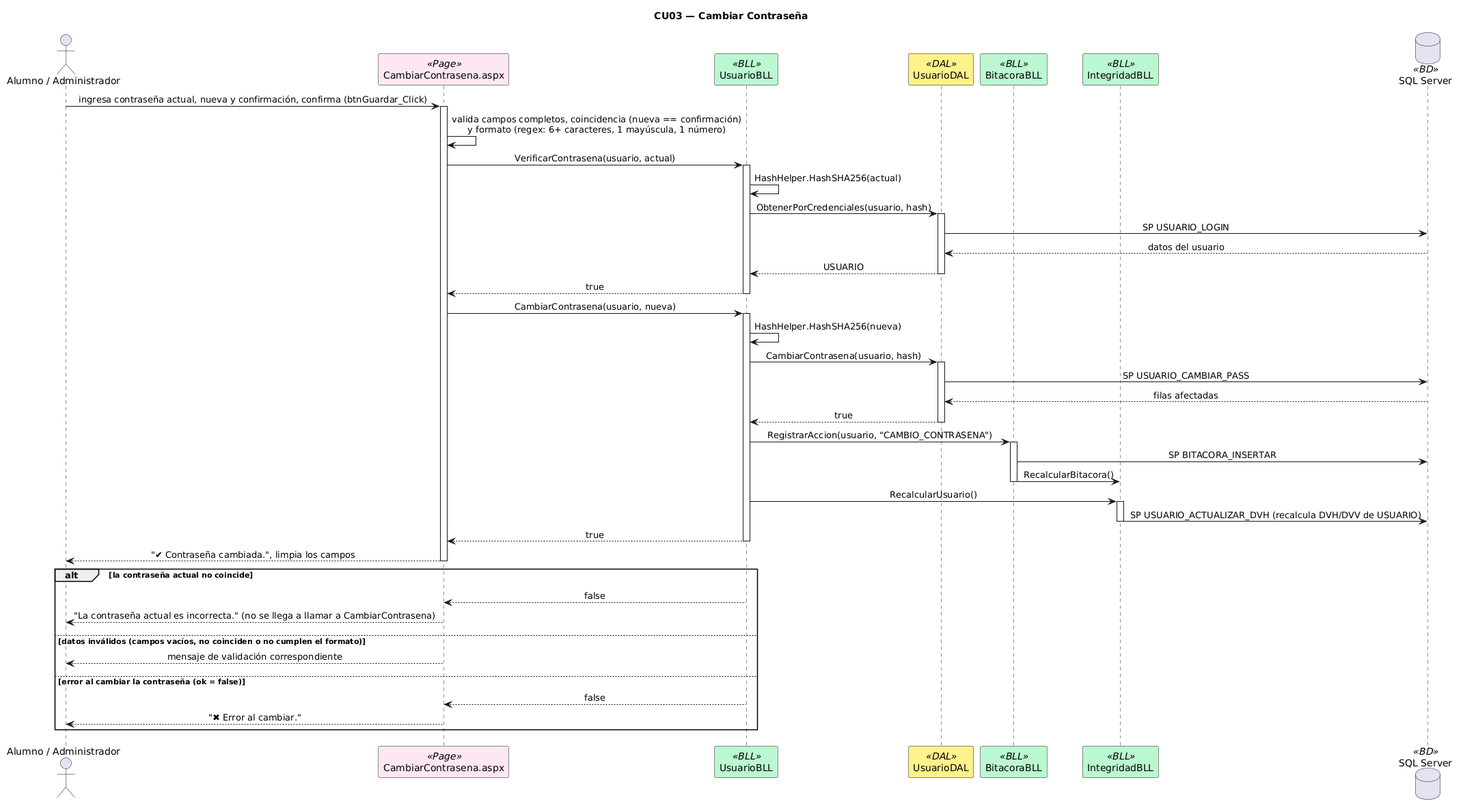
This is DIAGRAMAS/Secuencia_CU03_CambiarContrasena.png from Urrels/tpDYAWeb, a PlantUML export, as it was before one commit. Source of this version:
```plantuml
@startuml
title CU03 — Cambiar Contraseña
skinparam sequenceMessageAlign center
skinparam shadowing false
skinparam sequenceParticipant {
    BackgroundColor<<Page>> #FCE7F3
    BackgroundColor<<BLL>> #BBF7D0
    BackgroundColor<<DAL>> #FEF08A
    BackgroundColor<<BD>> #DBEAFE
}

actor "Alumno / Administrador" as A
participant "CambiarContrasena.aspx" as PAGE <<Page>>
participant "UsuarioBLL" as BLL <<BLL>>
participant "UsuarioDAL" as DAL <<DAL>>
participant "BitacoraBLL" as BIT <<BLL>>
participant "IntegridadBLL" as INT <<BLL>>
database "SQL Server" as DB <<BD>>

A -> PAGE : ingresa contraseña actual, nueva y confirmación, confirma (btnGuardar_Click)
activate PAGE
PAGE -> PAGE : valida campos completos, coincidencia (nueva == confirmación)\ny formato (regex: 6+ caracteres, 1 mayúscula, 1 número)

PAGE -> BLL : VerificarContrasena(usuario, actual)
activate BLL
BLL -> BLL : HashHelper.HashSHA256(actual)
BLL -> DAL : ObtenerPorCredenciales(usuario, hash)
activate DAL
DAL -> DB : SP USUARIO_LOGIN
DB --> DAL : datos del usuario
DAL --> BLL : USUARIO
deactivate DAL
BLL --> PAGE : true
deactivate BLL

PAGE -> BLL : CambiarContrasena(usuario, nueva)
activate BLL
BLL -> BLL : HashHelper.HashSHA256(nueva)
BLL -> DAL : CambiarContrasena(usuario, hash)
activate DAL
DAL -> DB : SP USUARIO_CAMBIAR_PASS
DB --> DAL : filas afectadas
DAL --> BLL : true
deactivate DAL

BLL -> BIT : RegistrarAccion(usuario, "CAMBIO_CONTRASENA")
activate BIT
BIT -> DB : SP BITACORA_INSERTAR
BIT -> INT : RecalcularBitacora()
deactivate BIT

BLL -> INT : RecalcularUsuario()
activate INT
INT -> DB : SP USUARIO_ACTUALIZAR_DVH (recalcula DVH/DVV de USUARIO)
deactivate INT

BLL --> PAGE : true
deactivate BLL
PAGE --> A : "✔ Contraseña cambiada.", limpia los campos
deactivate PAGE

alt la contraseña actual no coincide
  BLL --> PAGE : false
  PAGE --> A : "La contraseña actual es incorrecta." (no se llega a llamar a CambiarContrasena)
else datos inválidos (campos vacíos, no coinciden o no cumplen el formato)
  PAGE --> A : mensaje de validación correspondiente
else error al cambiar la contraseña (ok = false)
  BLL --> PAGE : false
  PAGE --> A : "✖ Error al cambiar."
end
@enduml
```
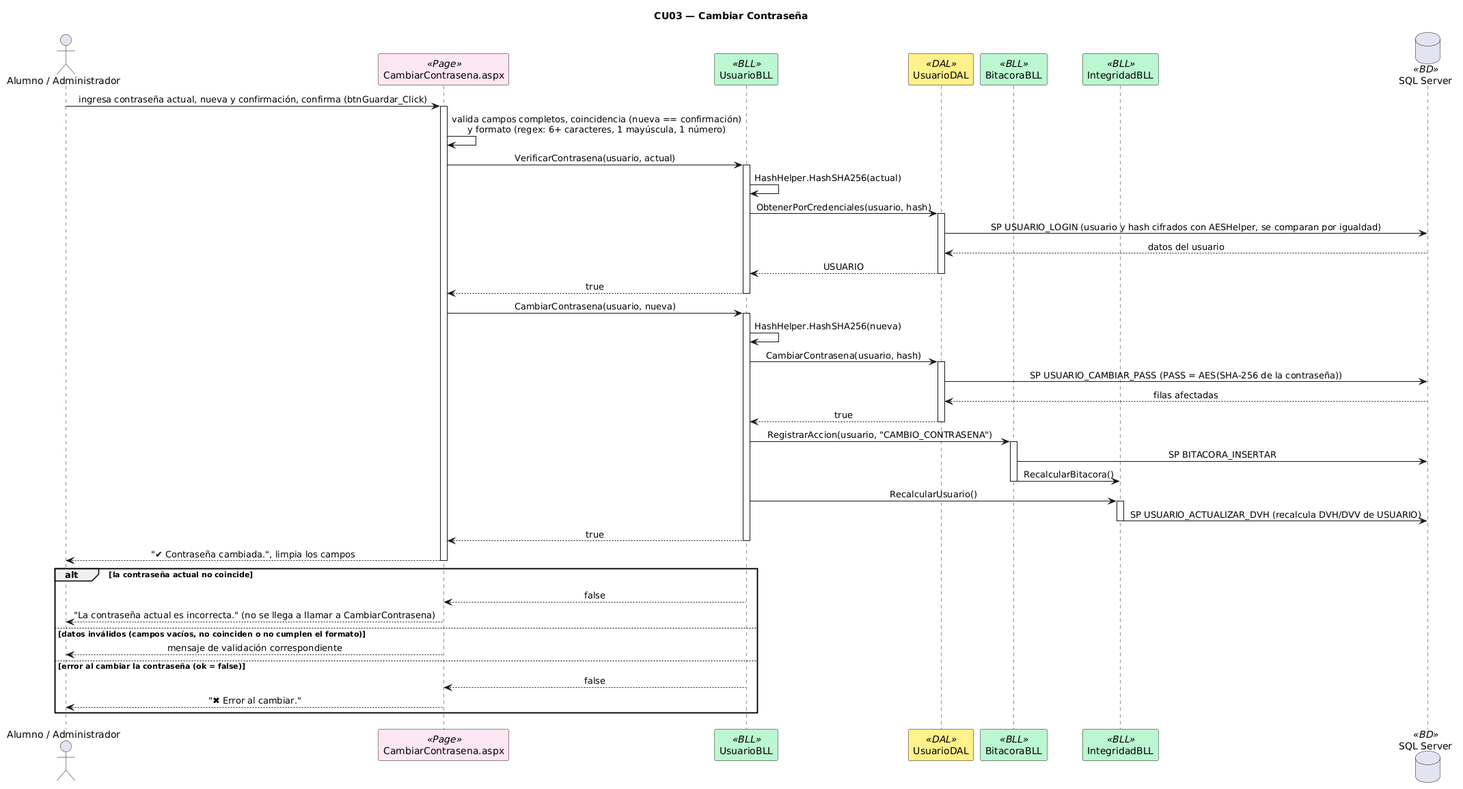
The same diagram one commit later.

Diff of the diagram source:
```diff
@@ -3,12 +3,11 @@
 skinparam sequenceMessageAlign center
 skinparam shadowing false
 skinparam sequenceParticipant {
-    BackgroundColor<<Page>> #FCE7F3
-    BackgroundColor<<BLL>> #BBF7D0
-    BackgroundColor<<DAL>> #FEF08A
-    BackgroundColor<<BD>> #DBEAFE
+BackgroundColor<<Page>> #FCE7F3
+BackgroundColor<<BLL>> #BBF7D0
+BackgroundColor<<DAL>> #FEF08A
+BackgroundColor<<BD>> #DBEAFE
 }
-
 actor "Alumno / Administrador" as A
 participant "CambiarContrasena.aspx" as PAGE <<Page>>
 participant "UsuarioBLL" as BLL <<BLL>>
@@ -16,56 +15,49 @@
 participant "BitacoraBLL" as BIT <<BLL>>
 participant "IntegridadBLL" as INT <<BLL>>
 database "SQL Server" as DB <<BD>>
-
 A -> PAGE : ingresa contraseña actual, nueva y confirmación, confirma (btnGuardar_Click)
 activate PAGE
 PAGE -> PAGE : valida campos completos, coincidencia (nueva == confirmación)\ny formato (regex: 6+ caracteres, 1 mayúscula, 1 número)
-
 PAGE -> BLL : VerificarContrasena(usuario, actual)
 activate BLL
 BLL -> BLL : HashHelper.HashSHA256(actual)
 BLL -> DAL : ObtenerPorCredenciales(usuario, hash)
 activate DAL
-DAL -> DB : SP USUARIO_LOGIN
+DAL -> DB : SP USUARIO_LOGIN (usuario y hash cifrados con AESHelper, se comparan por igualdad)
 DB --> DAL : datos del usuario
 DAL --> BLL : USUARIO
 deactivate DAL
 BLL --> PAGE : true
 deactivate BLL
-
 PAGE -> BLL : CambiarContrasena(usuario, nueva)
 activate BLL
 BLL -> BLL : HashHelper.HashSHA256(nueva)
 BLL -> DAL : CambiarContrasena(usuario, hash)
 activate DAL
-DAL -> DB : SP USUARIO_CAMBIAR_PASS
+DAL -> DB : SP USUARIO_CAMBIAR_PASS (PASS = AES(SHA-256 de la contraseña))
 DB --> DAL : filas afectadas
 DAL --> BLL : true
 deactivate DAL
-
 BLL -> BIT : RegistrarAccion(usuario, "CAMBIO_CONTRASENA")
 activate BIT
 BIT -> DB : SP BITACORA_INSERTAR
 BIT -> INT : RecalcularBitacora()
 deactivate BIT
-
 BLL -> INT : RecalcularUsuario()
 activate INT
 INT -> DB : SP USUARIO_ACTUALIZAR_DVH (recalcula DVH/DVV de USUARIO)
 deactivate INT
-
 BLL --> PAGE : true
 deactivate BLL
 PAGE --> A : "✔ Contraseña cambiada.", limpia los campos
 deactivate PAGE
-
 alt la contraseña actual no coincide
-  BLL --> PAGE : false
-  PAGE --> A : "La contraseña actual es incorrecta." (no se llega a llamar a CambiarContrasena)
+BLL --> PAGE : false
+PAGE --> A : "La contraseña actual es incorrecta." (no se llega a llamar a CambiarContrasena)
 else datos inválidos (campos vacíos, no coinciden o no cumplen el formato)
-  PAGE --> A : mensaje de validación correspondiente
+PAGE --> A : mensaje de validación correspondiente
 else error al cambiar la contraseña (ok = false)
-  BLL --> PAGE : false
-  PAGE --> A : "✖ Error al cambiar."
+BLL --> PAGE : false
+PAGE --> A : "✖ Error al cambiar."
 end
 @enduml
```
